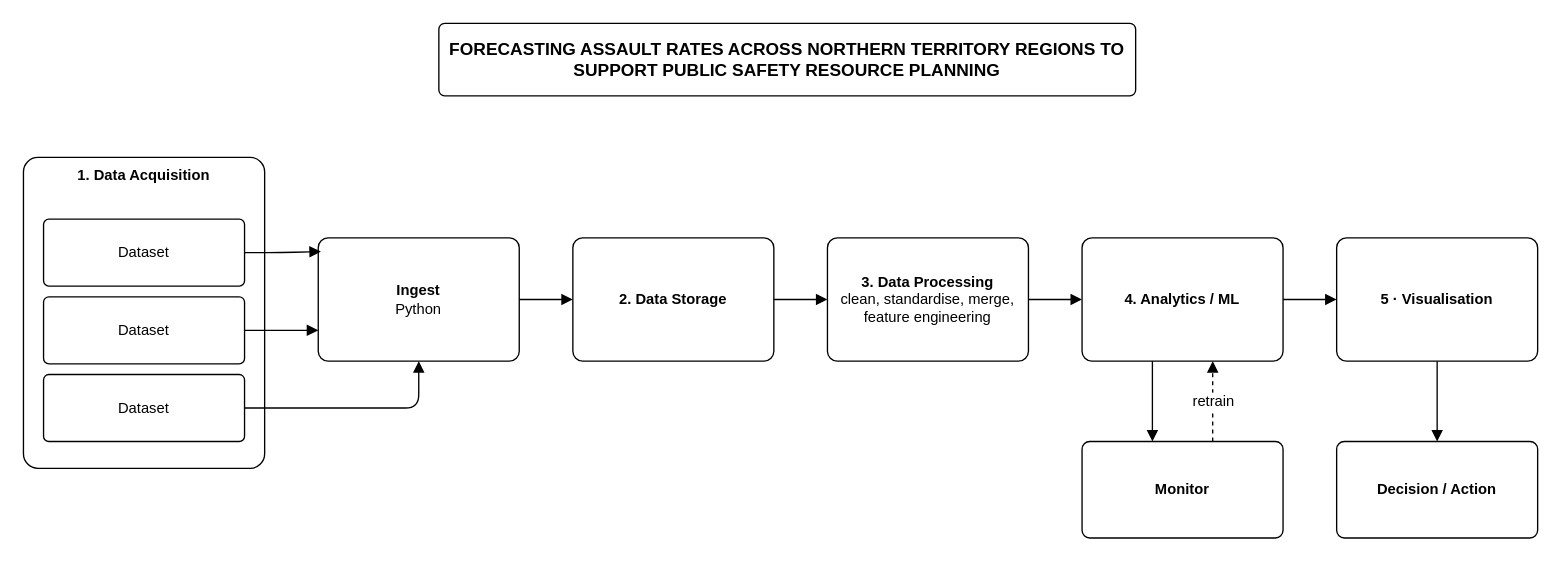
This is diagrams/PRT661_Project_Pipeline_Group_5.drawio from HendrickDang/PRT661-DATA-SCIENCE-PRACTICE, a draw.io file, before an edit. Source tidied: cells renumbered, new cells numbered last; positions are measured from the earlier drawing's top-left corner, leaving out a move shared by most shapes. Both pictures are drawn from the tidied source at 134%, with x=0, y=0 at pixel (23, 23).
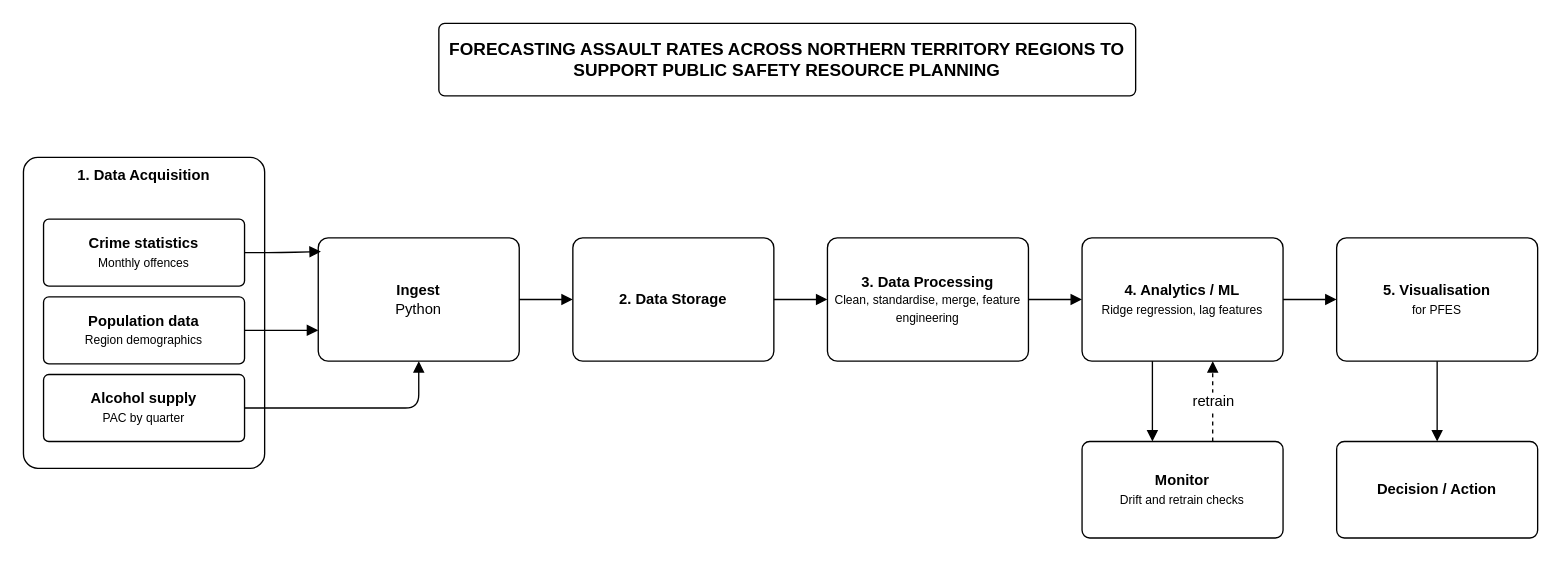
Above is the later version.

The edit, as a diff of the source:
```diff
@@
-    <mxCell id="4" value="Dataset" style="rounded=1;whiteSpace=wrap;html=1;fillColor=#FFFFFF;strokeColor=#000000;fontColor=#000000;align=center;verticalAlign=middle;fontSize=11;arcSize=8;" parent="1" vertex="1">
+    <mxCell id="4" value="&lt;b&gt;Crime statistics&lt;/b&gt;&lt;div&gt;&lt;font style=&quot;font-size: 9px;&quot;&gt;Monthly offences&lt;/font&gt;&lt;/div&gt;" style="rounded=1;whiteSpace=wrap;html=1;fillColor=#FFFFFF;strokeColor=#000000;fontColor=#000000;align=center;verticalAlign=middle;fontSize=11;arcSize=8;" parent="1" vertex="1">
       <mxGeometry x="15" y="146" width="150" height="50" as="geometry" />
     </mxCell>
-    <mxCell id="5" value="Dataset" style="rounded=1;whiteSpace=wrap;html=1;fillColor=#FFFFFF;strokeColor=#000000;fontColor=#000000;align=center;verticalAlign=middle;fontSize=11;arcSize=8;" parent="1" vertex="1">
+    <mxCell id="5" value="&lt;b&gt;Population data&lt;/b&gt;&lt;div&gt;&lt;font style=&quot;font-size: 9px;&quot;&gt;Region demographics&lt;/font&gt;&lt;/div&gt;" style="rounded=1;whiteSpace=wrap;html=1;fillColor=#FFFFFF;strokeColor=#000000;fontColor=#000000;align=center;verticalAlign=middle;fontSize=11;arcSize=8;" parent="1" vertex="1">
       <mxGeometry x="15" y="204" width="150" height="50" as="geometry" />
     </mxCell>
-    <mxCell id="6" value="Dataset" style="rounded=1;whiteSpace=wrap;html=1;fillColor=#FFFFFF;strokeColor=#000000;fontColor=#000000;align=center;verticalAlign=middle;fontSize=11;arcSize=8;" parent="1" vertex="1">
+    <mxCell id="6" value="&lt;b&gt;Alcohol supply&lt;/b&gt;&lt;div&gt;&lt;font style=&quot;font-size: 9px;&quot;&gt;PAC by quarter&lt;/font&gt;&lt;/div&gt;" style="rounded=1;whiteSpace=wrap;html=1;fillColor=#FFFFFF;strokeColor=#000000;fontColor=#000000;align=center;verticalAlign=middle;fontSize=11;arcSize=8;" parent="1" vertex="1">
       <mxGeometry x="15" y="262" width="150" height="50" as="geometry" />
     </mxCell>
@@
-    <mxCell id="9" value="&lt;b&gt;3. Data Processing&lt;/b&gt;&lt;br&gt;clean, standardise, merge, feature engineering" style="rounded=1;whiteSpace=wrap;html=1;fillColor=#FFFFFF;strokeColor=#000000;fontColor=#000000;align=center;verticalAlign=middle;fontSize=11;arcSize=8;" parent="1" vertex="1">
+    <mxCell id="9" value="&lt;b&gt;3. Data Processing&lt;/b&gt;&lt;br&gt;&lt;font style=&quot;font-size: 9px;&quot;&gt;Clean, standardise, merge, feature engineering&lt;/font&gt;" style="rounded=1;whiteSpace=wrap;html=1;fillColor=#FFFFFF;strokeColor=#000000;fontColor=#000000;align=center;verticalAlign=middle;fontSize=11;arcSize=8;" parent="1" vertex="1">
       <mxGeometry x="600" y="160" width="150" height="92" as="geometry" />
     </mxCell>
-    <mxCell id="10" value="&lt;b&gt;4. Analytics / ML&lt;/b&gt;" style="rounded=1;whiteSpace=wrap;html=1;fillColor=#FFFFFF;strokeColor=#000000;fontColor=#000000;align=center;verticalAlign=middle;fontSize=11;arcSize=8;" parent="1" vertex="1">
+    <mxCell id="10" value="&lt;b&gt;4. Analytics / ML&lt;/b&gt;&lt;div&gt;&lt;font style=&quot;font-size: 9px;&quot;&gt;Ridge regression, lag features&lt;/font&gt;&lt;/div&gt;" style="rounded=1;whiteSpace=wrap;html=1;fillColor=#FFFFFF;strokeColor=#000000;fontColor=#000000;align=center;verticalAlign=middle;fontSize=11;arcSize=8;" parent="1" vertex="1">
       <mxGeometry x="790" y="160" width="150" height="92" as="geometry" />
     </mxCell>
-    <mxCell id="11" value="&lt;b&gt;5 · Visualisation&lt;/b&gt;" style="rounded=1;whiteSpace=wrap;html=1;fillColor=#FFFFFF;strokeColor=#000000;fontColor=#000000;align=center;verticalAlign=middle;fontSize=11;arcSize=8;" parent="1" vertex="1">
+    <mxCell id="11" value="&lt;b&gt;5. Visualisation&lt;/b&gt;&lt;div&gt;&lt;font style=&quot;font-size: 9px;&quot;&gt;for PFES&lt;/font&gt;&lt;/div&gt;" style="rounded=1;whiteSpace=wrap;html=1;fillColor=#FFFFFF;strokeColor=#000000;fontColor=#000000;align=center;verticalAlign=middle;fontSize=11;arcSize=8;" parent="1" vertex="1">
       <mxGeometry x="980" y="160" width="150" height="92" as="geometry" />
     </mxCell>
-    <mxCell id="12" value="&lt;b&gt;Monitor&lt;/b&gt;" style="rounded=1;whiteSpace=wrap;html=1;fillColor=#FFFFFF;strokeColor=#000000;fontColor=#000000;align=center;verticalAlign=middle;fontSize=11;arcSize=8;" parent="1" vertex="1">
+    <mxCell id="12" value="&lt;b&gt;Monitor&lt;/b&gt;&lt;div&gt;&lt;font style=&quot;font-size: 9px;&quot;&gt;Drift and retrain checks&lt;/font&gt;&lt;/div&gt;" style="rounded=1;whiteSpace=wrap;html=1;fillColor=#FFFFFF;strokeColor=#000000;fontColor=#000000;align=center;verticalAlign=middle;fontSize=11;arcSize=8;" parent="1" vertex="1">
       <mxGeometry x="790" y="312" width="150" height="72" as="geometry" />
     </mxCell>
```
